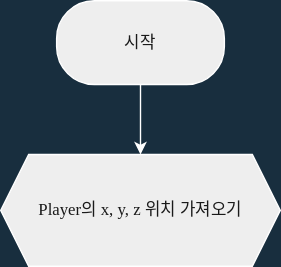
Earlier version of the draw.io export Algorithm/finding_dia.drawio.svg (Xe-Kinesis/Minecraft-Python). Source tidied: cells renumbered, new cells last; positions are measured from the earlier drawing's top-left corner, leaving out a move shared by most shapes. Source of this version:
```xml
<mxGraphModel background="#182E3E">
  <root>
    <mxCell id="0" />
    <mxCell id="1" parent="0" />
    <mxCell id="2" style="edgeStyle=orthogonalEdgeStyle;curved=0;rounded=1;sketch=0;jettySize=auto;html=1;fontFamily=어그로체;fontSource=https%3A%2F%2Fcdn.jsdelivr.net%2Fgh%2Fprojectnoonnu%2Fnoonfonts_2108%401.1%2FSBAggroB.woff;fontColor=#FFFFFF;strokeColor=#FFFFFF;" parent="1" edge="1" source="3" target="4">
      <mxGeometry relative="1" as="geometry" />
    </mxCell>
    <mxCell id="3" value="시작" style="rounded=1;whiteSpace=wrap;html=1;sketch=0;fontColor=#1A1A1A;strokeColor=#FFFFFF;fillColor=#EEEEEE;arcSize=45;fontFamily=어그로체;fontSource=https%3A%2F%2Fcdn.jsdelivr.net%2Fgh%2Fprojectnoonnu%2Fnoonfonts_2108%401.1%2FSBAggroB.woff;" parent="1" vertex="1">
      <mxGeometry x="40" width="120" height="60" as="geometry" />
    </mxCell>
    <mxCell id="4" value="Player의 x, y, z 위치 가져오기" style="shape=hexagon;perimeter=hexagonPerimeter2;whiteSpace=wrap;html=1;fixedSize=1;rounded=0;sketch=0;fontFamily=어그로체;fontSource=https%3A%2F%2Fcdn.jsdelivr.net%2Fgh%2Fprojectnoonnu%2Fnoonfonts_2108%401.1%2FSBAggroB.woff;fontColor=#1A1A1A;strokeColor=#FFFFFF;fillColor=#EEEEEE;" parent="1" vertex="1">
      <mxGeometry y="110" width="200" height="80" as="geometry" />
    </mxCell>
  </root>
</mxGraphModel>
```
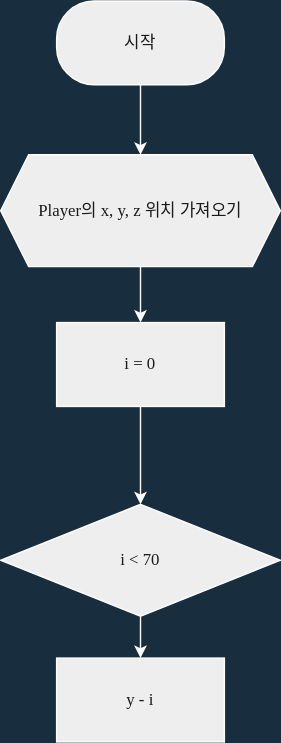
After the change.

What changed in the source:
```diff
@@ -8,8 +8,26 @@
     <mxCell id="3" value="시작" style="rounded=1;whiteSpace=wrap;html=1;sketch=0;fontColor=#1A1A1A;strokeColor=#FFFFFF;fillColor=#EEEEEE;arcSize=45;fontFamily=어그로체;fontSource=https%3A%2F%2Fcdn.jsdelivr.net%2Fgh%2Fprojectnoonnu%2Fnoonfonts_2108%401.1%2FSBAggroB.woff;" parent="1" vertex="1">
       <mxGeometry x="40" width="120" height="60" as="geometry" />
     </mxCell>
+    <mxCell id="5" style="edgeStyle=orthogonalEdgeStyle;curved=0;rounded=1;sketch=0;jettySize=auto;html=1;fontFamily=어그로체;fontSource=https%3A%2F%2Fcdn.jsdelivr.net%2Fgh%2Fprojectnoonnu%2Fnoonfonts_2108%401.1%2FSBAggroB.woff;fontColor=#FFFFFF;strokeColor=#FFFFFF;" parent="1" edge="1" source="4" target="7">
+      <mxGeometry relative="1" as="geometry" />
+    </mxCell>
     <mxCell id="4" value="Player의 x, y, z 위치 가져오기" style="shape=hexagon;perimeter=hexagonPerimeter2;whiteSpace=wrap;html=1;fixedSize=1;rounded=0;sketch=0;fontFamily=어그로체;fontSource=https%3A%2F%2Fcdn.jsdelivr.net%2Fgh%2Fprojectnoonnu%2Fnoonfonts_2108%401.1%2FSBAggroB.woff;fontColor=#1A1A1A;strokeColor=#FFFFFF;fillColor=#EEEEEE;" parent="1" vertex="1">
       <mxGeometry y="110" width="200" height="80" as="geometry" />
     </mxCell>
+    <mxCell id="6" style="edgeStyle=orthogonalEdgeStyle;curved=0;rounded=1;sketch=0;jettySize=auto;html=1;fontFamily=어그로체;fontSource=https%3A%2F%2Fcdn.jsdelivr.net%2Fgh%2Fprojectnoonnu%2Fnoonfonts_2108%401.1%2FSBAggroB.woff;fontColor=#FFFFFF;strokeColor=#FFFFFF;" parent="1" edge="1" source="7" target="9">
+      <mxGeometry relative="1" as="geometry" />
+    </mxCell>
+    <mxCell id="7" value="i = 0" style="rounded=0;whiteSpace=wrap;html=1;sketch=0;fontFamily=어그로체;fontSource=https%3A%2F%2Fcdn.jsdelivr.net%2Fgh%2Fprojectnoonnu%2Fnoonfonts_2108%401.1%2FSBAggroB.woff;fontColor=#1A1A1A;strokeColor=#FFFFFF;fillColor=#EEEEEE;" parent="1" vertex="1">
+      <mxGeometry x="40" y="230" width="120" height="60" as="geometry" />
+    </mxCell>
+    <mxCell id="8" style="edgeStyle=orthogonalEdgeStyle;curved=0;rounded=1;sketch=0;jettySize=auto;html=1;fontFamily=어그로체;fontSource=https%3A%2F%2Fcdn.jsdelivr.net%2Fgh%2Fprojectnoonnu%2Fnoonfonts_2108%401.1%2FSBAggroB.woff;fontColor=#FFFFFF;strokeColor=#FFFFFF;" parent="1" edge="1" source="9" target="10">
+      <mxGeometry relative="1" as="geometry" />
+    </mxCell>
+    <mxCell id="9" value="i &amp;lt; 70" style="rhombus;whiteSpace=wrap;html=1;rounded=0;fontFamily=어그로체;fontSource=https%3A%2F%2Fcdn.jsdelivr.net%2Fgh%2Fprojectnoonnu%2Fnoonfonts_2108%401.1%2FSBAggroB.woff;fontColor=#1A1A1A;strokeColor=#FFFFFF;fillColor=#EEEEEE;sketch=0;" parent="1" vertex="1">
+      <mxGeometry y="360" width="200" height="80" as="geometry" />
+    </mxCell>
+    <mxCell id="10" value="y - i" style="whiteSpace=wrap;html=1;rounded=0;fontFamily=어그로체;fontSource=https%3A%2F%2Fcdn.jsdelivr.net%2Fgh%2Fprojectnoonnu%2Fnoonfonts_2108%401.1%2FSBAggroB.woff;fontColor=#1A1A1A;strokeColor=#FFFFFF;fillColor=#EEEEEE;sketch=0;" parent="1" vertex="1">
+      <mxGeometry x="40" y="470" width="120" height="60" as="geometry" />
+    </mxCell>
   </root>
 </mxGraphModel>
```
